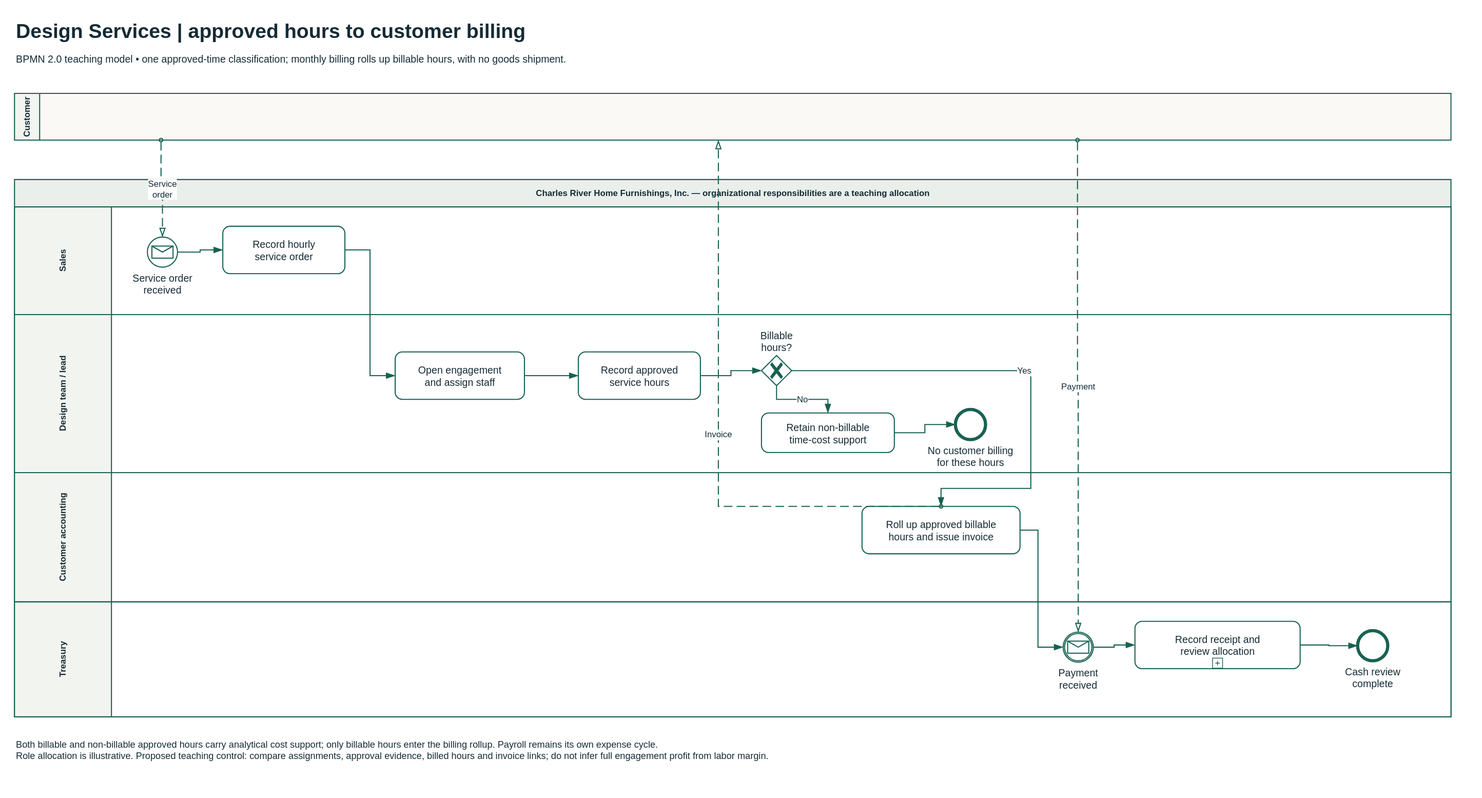
The draw.io diagram static/diagrams/bpmn/design-services.svg in mmcodesso/CharlesRiver_Database, before a commit. Source tidied: cells renumbered, new cells last; positions are measured from the earlier drawing's top-left corner, leaving out a move shared by most shapes.
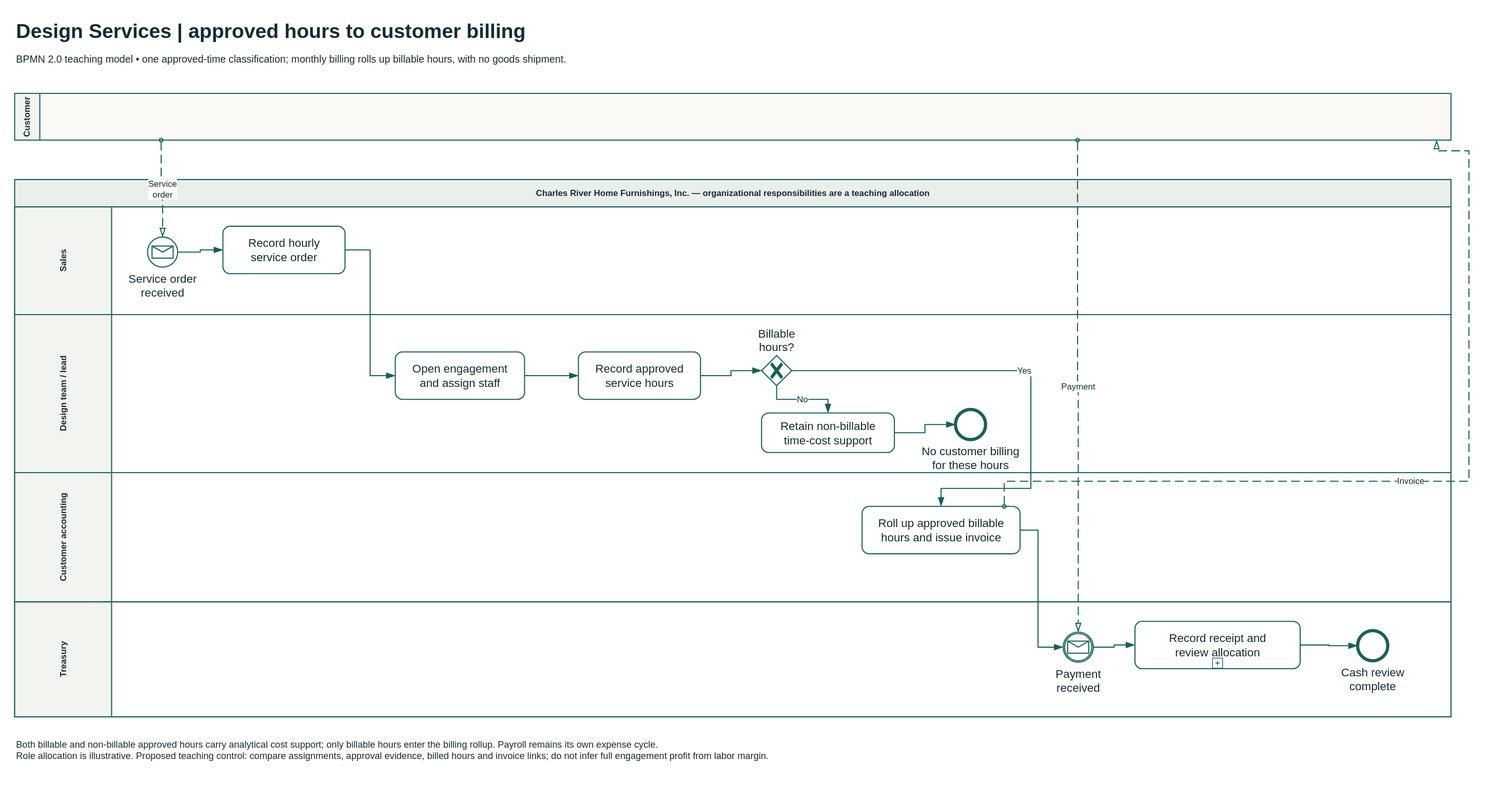
Above is the later version.

The edit, as a diff of the source:
```diff
@@ -14,46 +14,46 @@
     <mxCell id="5" value="Sales" style="html=0;fontFamily=Arial;fontSize=14;fontColor=#152b35;strokeColor=#196252;strokeWidth=1.5;fillColor=#FFFFFF;whiteSpace=wrap;swimlane;horizontal=0;startSize=135;fontStyle=1;fillColor=#F2F4EF;swimlaneFillColor=#FFFFFF;" parent="4" vertex="1">
       <mxGeometry y="38" width="2000" height="150" as="geometry" />
     </mxCell>
-    <mxCell id="6" value="Service order&#10;received" style="html=0;fontFamily=Arial;fontSize=14;fontColor=#152b35;strokeColor=#196252;strokeWidth=1.5;fillColor=#FFFFFF;whiteSpace=wrap;shape=mxgraph.bpmn.event;outline=standard;symbol=message;perimeter=ellipsePerimeter;verticalLabelPosition=bottom;verticalAlign=top;labelBackgroundColor=#FFFFFF;labelWidth=140;" parent="5" vertex="1">
+    <mxCell id="6" value="Service order&#10;received" style="html=0;fontFamily=Arial;fontColor=#152b35;strokeColor=#196252;strokeWidth=1.5;fillColor=#FFFFFF;whiteSpace=wrap;shape=mxgraph.bpmn.event;outline=standard;symbol=message;perimeter=ellipsePerimeter;verticalLabelPosition=bottom;verticalAlign=top;labelBackgroundColor=#FFFFFF;labelWidth=140;fontSize=16;" parent="5" vertex="1">
       <mxGeometry x="185" y="42" width="42" height="42" as="geometry" />
     </mxCell>
-    <mxCell id="7" value="Record hourly&#10;service order" style="html=0;fontFamily=Arial;fontSize=14;fontColor=#152b35;strokeColor=#196252;strokeWidth=1.5;fillColor=#FFFFFF;whiteSpace=wrap;shape=mxgraph.bpmn.task2;rectStyle=rounded;size=10;taskMarker=abstract;" parent="5" vertex="1">
+    <mxCell id="7" value="Record hourly&#10;service order" style="html=0;fontFamily=Arial;fontColor=#152b35;strokeColor=#196252;strokeWidth=1.5;fillColor=#FFFFFF;whiteSpace=wrap;shape=mxgraph.bpmn.task2;rectStyle=rounded;size=10;taskMarker=abstract;fontSize=16;" parent="5" vertex="1">
       <mxGeometry x="290" y="27" width="170" height="66" as="geometry" />
     </mxCell>
     <mxCell id="8" value="Design team / lead" style="html=0;fontFamily=Arial;fontSize=14;fontColor=#152b35;strokeColor=#196252;strokeWidth=1.5;fillColor=#FFFFFF;whiteSpace=wrap;swimlane;horizontal=0;startSize=135;fontStyle=1;fillColor=#F2F4EF;swimlaneFillColor=#FFFFFF;" parent="4" vertex="1">
       <mxGeometry y="188" width="2000" height="220" as="geometry" />
     </mxCell>
-    <mxCell id="9" value="Open engagement&#10;and assign staff" style="html=0;fontFamily=Arial;fontSize=14;fontColor=#152b35;strokeColor=#196252;strokeWidth=1.5;fillColor=#FFFFFF;whiteSpace=wrap;shape=mxgraph.bpmn.task2;rectStyle=rounded;size=10;taskMarker=abstract;" parent="8" vertex="1">
+    <mxCell id="9" value="Open engagement&#10;and assign staff" style="html=0;fontFamily=Arial;fontColor=#152b35;strokeColor=#196252;strokeWidth=1.5;fillColor=#FFFFFF;whiteSpace=wrap;shape=mxgraph.bpmn.task2;rectStyle=rounded;size=10;taskMarker=abstract;fontSize=16;" parent="8" vertex="1">
       <mxGeometry x="530" y="52" width="180" height="66" as="geometry" />
     </mxCell>
-    <mxCell id="10" value="Record approved&#10;service hours" style="html=0;fontFamily=Arial;fontSize=14;fontColor=#152b35;strokeColor=#196252;strokeWidth=1.5;fillColor=#FFFFFF;whiteSpace=wrap;shape=mxgraph.bpmn.task2;rectStyle=rounded;size=10;taskMarker=abstract;" parent="8" vertex="1">
+    <mxCell id="10" value="Record approved&#10;service hours" style="html=0;fontFamily=Arial;fontColor=#152b35;strokeColor=#196252;strokeWidth=1.5;fillColor=#FFFFFF;whiteSpace=wrap;shape=mxgraph.bpmn.task2;rectStyle=rounded;size=10;taskMarker=abstract;fontSize=16;" parent="8" vertex="1">
       <mxGeometry x="785" y="52" width="170" height="66" as="geometry" />
     </mxCell>
-    <mxCell id="11" value="Billable&#10;hours?" style="html=0;fontFamily=Arial;fontSize=14;fontColor=#152b35;strokeColor=#196252;strokeWidth=1.5;fillColor=#FFFFFF;whiteSpace=wrap;shape=mxgraph.bpmn.gateway2;outline=none;symbol=none;gwType=exclusive;perimeter=rhombusPerimeter;verticalLabelPosition=top;verticalAlign=bottom;labelBackgroundColor=#FFFFFF;labelWidth=140;" parent="8" vertex="1">
+    <mxCell id="11" value="Billable&#10;hours?" style="html=0;fontFamily=Arial;fontColor=#152b35;strokeColor=#196252;strokeWidth=1.5;fillColor=#FFFFFF;whiteSpace=wrap;shape=mxgraph.bpmn.gateway2;outline=none;symbol=none;gwType=exclusive;perimeter=rhombusPerimeter;verticalLabelPosition=top;verticalAlign=bottom;labelBackgroundColor=#FFFFFF;labelWidth=140;fontSize=16;" parent="8" vertex="1">
       <mxGeometry x="1040" y="57" width="42" height="42" as="geometry" />
     </mxCell>
-    <mxCell id="12" value="Retain non-billable&#10;time-cost support" style="html=0;fontFamily=Arial;fontSize=14;fontColor=#152b35;strokeColor=#196252;strokeWidth=1.5;fillColor=#FFFFFF;whiteSpace=wrap;shape=mxgraph.bpmn.task2;rectStyle=rounded;size=10;taskMarker=abstract;" parent="8" vertex="1">
+    <mxCell id="12" value="Retain non-billable&#10;time-cost support" style="html=0;fontFamily=Arial;fontColor=#152b35;strokeColor=#196252;strokeWidth=1.5;fillColor=#FFFFFF;whiteSpace=wrap;shape=mxgraph.bpmn.task2;rectStyle=rounded;size=10;taskMarker=abstract;fontSize=16;" parent="8" vertex="1">
       <mxGeometry x="1040" y="137" width="185" height="55" as="geometry" />
     </mxCell>
-    <mxCell id="13" value="No customer billing&#10;for these hours" style="html=0;fontFamily=Arial;fontSize=14;fontColor=#152b35;strokeColor=#196252;strokeWidth=1.5;fillColor=#FFFFFF;whiteSpace=wrap;shape=mxgraph.bpmn.event;outline=end;symbol=general;perimeter=ellipsePerimeter;verticalLabelPosition=bottom;verticalAlign=top;labelBackgroundColor=#FFFFFF;labelWidth=140;" parent="8" vertex="1">
+    <mxCell id="13" value="No customer billing&#10;for these hours" style="html=0;fontFamily=Arial;fontColor=#152b35;strokeColor=#196252;strokeWidth=1.5;fillColor=#FFFFFF;whiteSpace=wrap;shape=mxgraph.bpmn.event;outline=end;symbol=general;perimeter=ellipsePerimeter;verticalLabelPosition=bottom;verticalAlign=top;labelBackgroundColor=#FFFFFF;labelWidth=140;fontSize=16;" parent="8" vertex="1">
       <mxGeometry x="1310" y="132" width="42" height="42" as="geometry" />
     </mxCell>
     <mxCell id="14" value="Customer accounting" style="html=0;fontFamily=Arial;fontSize=14;fontColor=#152b35;strokeColor=#196252;strokeWidth=1.5;fillColor=#FFFFFF;whiteSpace=wrap;swimlane;horizontal=0;startSize=135;fontStyle=1;fillColor=#F2F4EF;swimlaneFillColor=#FFFFFF;" parent="4" vertex="1">
       <mxGeometry y="408" width="2000" height="180" as="geometry" />
     </mxCell>
-    <mxCell id="15" value="Roll up approved billable&#10;hours and issue invoice" style="html=0;fontFamily=Arial;fontSize=14;fontColor=#152b35;strokeColor=#196252;strokeWidth=1.5;fillColor=#FFFFFF;whiteSpace=wrap;shape=mxgraph.bpmn.task2;rectStyle=rounded;size=10;taskMarker=abstract;" parent="14" vertex="1">
+    <mxCell id="15" value="Roll up approved billable&#10;hours and issue invoice" style="html=0;fontFamily=Arial;fontColor=#152b35;strokeColor=#196252;strokeWidth=1.5;fillColor=#FFFFFF;whiteSpace=wrap;shape=mxgraph.bpmn.task2;rectStyle=rounded;size=10;taskMarker=abstract;fontSize=16;" parent="14" vertex="1">
       <mxGeometry x="1180" y="47" width="220" height="66" as="geometry" />
     </mxCell>
     <mxCell id="16" value="Treasury" style="html=0;fontFamily=Arial;fontSize=14;fontColor=#152b35;strokeColor=#196252;strokeWidth=1.5;fillColor=#FFFFFF;whiteSpace=wrap;swimlane;horizontal=0;startSize=135;fontStyle=1;fillColor=#F2F4EF;swimlaneFillColor=#FFFFFF;" parent="4" vertex="1">
       <mxGeometry y="588" width="2000" height="160" as="geometry" />
     </mxCell>
-    <mxCell id="17" value="Payment&#10;received" style="html=0;fontFamily=Arial;fontSize=14;fontColor=#152b35;strokeColor=#196252;strokeWidth=1.5;fillColor=#FFFFFF;whiteSpace=wrap;shape=mxgraph.bpmn.event;outline=catching;symbol=message;perimeter=ellipsePerimeter;verticalLabelPosition=bottom;verticalAlign=top;labelBackgroundColor=#FFFFFF;labelWidth=140;" parent="16" vertex="1">
+    <mxCell id="17" value="Payment&#10;received" style="html=0;fontFamily=Arial;fontColor=#152b35;strokeColor=#196252;strokeWidth=1.5;fillColor=#FFFFFF;whiteSpace=wrap;shape=mxgraph.bpmn.event;outline=catching;symbol=message;perimeter=ellipsePerimeter;verticalLabelPosition=bottom;verticalAlign=top;labelBackgroundColor=#FFFFFF;labelWidth=140;fontSize=16;" parent="16" vertex="1">
       <mxGeometry x="1460" y="42" width="42" height="42" as="geometry" />
     </mxCell>
-    <mxCell id="18" value="Record receipt and&#10;review allocation" style="html=0;fontFamily=Arial;fontSize=14;fontColor=#152b35;strokeColor=#196252;strokeWidth=1.5;fillColor=#FFFFFF;whiteSpace=wrap;shape=mxgraph.bpmn.task2;rectStyle=rounded;size=10;taskMarker=abstract;bpmnShapeType=task;isLoopSub=1;" parent="16" vertex="1">
+    <mxCell id="18" value="Record receipt and&#10;review allocation" style="html=0;fontFamily=Arial;fontColor=#152b35;strokeColor=#196252;strokeWidth=1.5;fillColor=#FFFFFF;whiteSpace=wrap;shape=mxgraph.bpmn.task2;rectStyle=rounded;size=10;taskMarker=abstract;bpmnShapeType=task;isLoopSub=1;fontSize=16;" parent="16" vertex="1">
       <mxGeometry x="1560" y="27" width="230" height="66" as="geometry" />
     </mxCell>
-    <mxCell id="19" value="Cash review&#10;complete" style="html=0;fontFamily=Arial;fontSize=14;fontColor=#152b35;strokeColor=#196252;strokeWidth=1.5;fillColor=#FFFFFF;whiteSpace=wrap;shape=mxgraph.bpmn.event;outline=end;symbol=general;perimeter=ellipsePerimeter;verticalLabelPosition=bottom;verticalAlign=top;labelBackgroundColor=#FFFFFF;labelWidth=140;" parent="16" vertex="1">
+    <mxCell id="19" value="Cash review&#10;complete" style="html=0;fontFamily=Arial;fontColor=#152b35;strokeColor=#196252;strokeWidth=1.5;fillColor=#FFFFFF;whiteSpace=wrap;shape=mxgraph.bpmn.event;outline=end;symbol=general;perimeter=ellipsePerimeter;verticalLabelPosition=bottom;verticalAlign=top;labelBackgroundColor=#FFFFFF;labelWidth=140;fontSize=16;" parent="16" vertex="1">
       <mxGeometry x="1870" y="40" width="42" height="42" as="geometry" />
     </mxCell>
     <mxCell id="20" value="Customer" style="html=0;fontFamily=Arial;fontSize=14;fontColor=#152b35;strokeColor=#196252;strokeWidth=1.5;fillColor=#FFFFFF;whiteSpace=wrap;swimlane;horizontal=0;startSize=35;fillColor=#F2F4EF;swimlaneFillColor=#FAF9F5;" parent="1" vertex="1">
@@ -108,11 +108,13 @@
     <mxCell id="31" value="Service order" style="html=0;fontFamily=Arial;fontSize=14;fontColor=#152b35;strokeColor=#196252;strokeWidth=1.5;fillColor=#FFFFFF;whiteSpace=wrap;edgeStyle=orthogonalEdgeStyle;rounded=0;jettySize=15;fontSize=12;labelBackgroundColor=#FFFFFF;dashed=1;dashPattern=8 4;startArrow=oval;startFill=0;startSize=5;endArrow=blockThin;endFill=0;endSize=9;exitX=0.102;exitY=1;entryX=0.5;entryY=0;" parent="1" edge="1" source="20" target="6">
       <mxGeometry relative="1" as="geometry" />
     </mxCell>
-    <mxCell id="32" value="Invoice" style="html=0;fontFamily=Arial;fontSize=14;fontColor=#152b35;strokeColor=#196252;strokeWidth=1.5;fillColor=#FFFFFF;whiteSpace=wrap;edgeStyle=orthogonalEdgeStyle;rounded=0;jettySize=15;fontSize=12;labelBackgroundColor=#FFFFFF;dashed=1;dashPattern=8 4;startArrow=oval;startFill=0;startSize=5;endArrow=blockThin;endFill=0;endSize=9;exitX=0.5;exitY=0;entryX=0.49;entryY=1;" parent="1" edge="1" source="15" target="20">
+    <mxCell id="32" value="Invoice" style="html=0;fontFamily=Arial;fontSize=14;fontColor=#152b35;strokeColor=#196252;strokeWidth=1.5;fillColor=#FFFFFF;whiteSpace=wrap;edgeStyle=orthogonalEdgeStyle;rounded=0;jettySize=15;fontSize=12;labelBackgroundColor=#FFFFFF;dashed=1;dashPattern=8 4;startArrow=oval;startFill=0;startSize=5;endArrow=blockThin;endFill=0;endSize=9;exitX=0.9;exitY=0;entryX=0.99;entryY=1;" parent="1" edge="1" source="15" target="20">
       <mxGeometry relative="1" as="geometry">
         <Array as="points">
-          <mxPoint x="980" y="660" />
-          <mxPoint x="980" y="190" />
+          <mxPoint x="1378" y="650" />
+          <mxPoint x="2025" y="650" />
+          <mxPoint x="2025" y="190" />
+          <mxPoint x="1980" y="190" />
         </Array>
       </mxGeometry>
     </mxCell>
```
